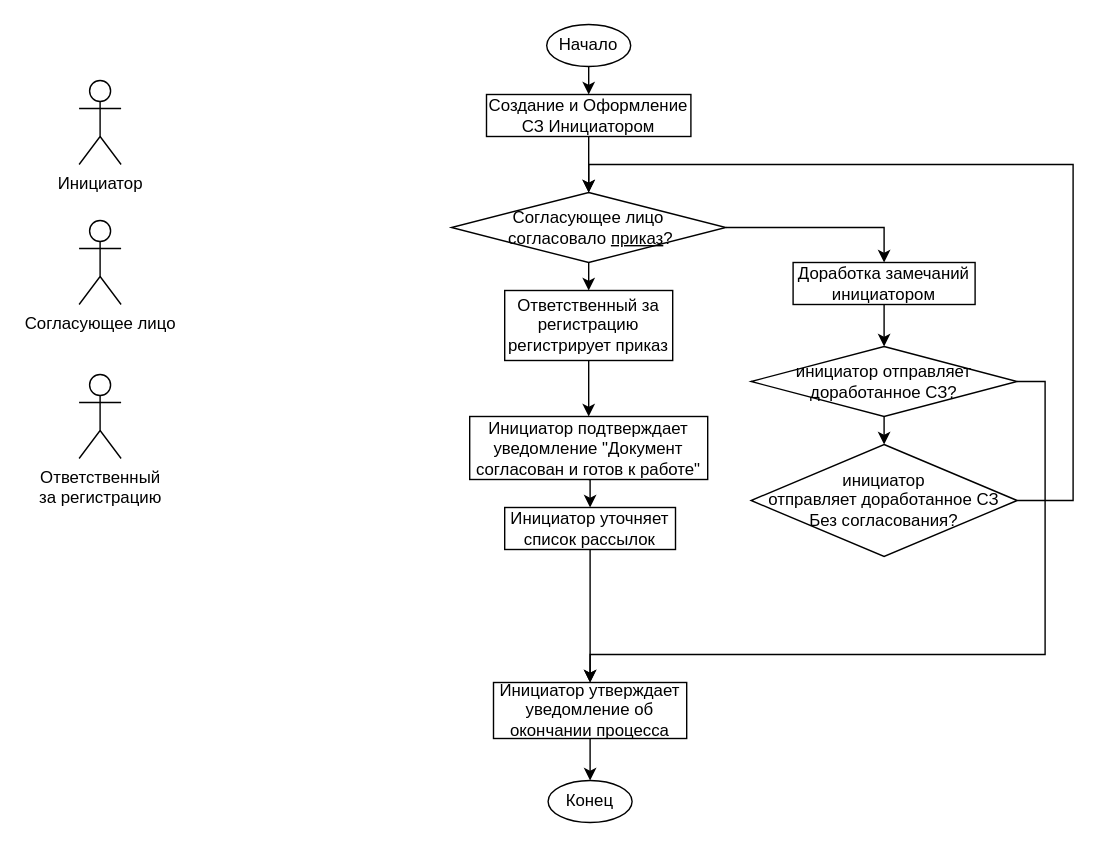
Above: Untitled Diagram.drawio in proklya/DiagramsForGlobalSystems (draw.io), before the change. Source tidied: cells renumbered, new cells numbered last; positions are measured from the earlier drawing's top-left corner, leaving out a move shared by most shapes. Both pictures are drawn from the tidied source at 140%, with x=0, y=0 at pixel (78, 24).
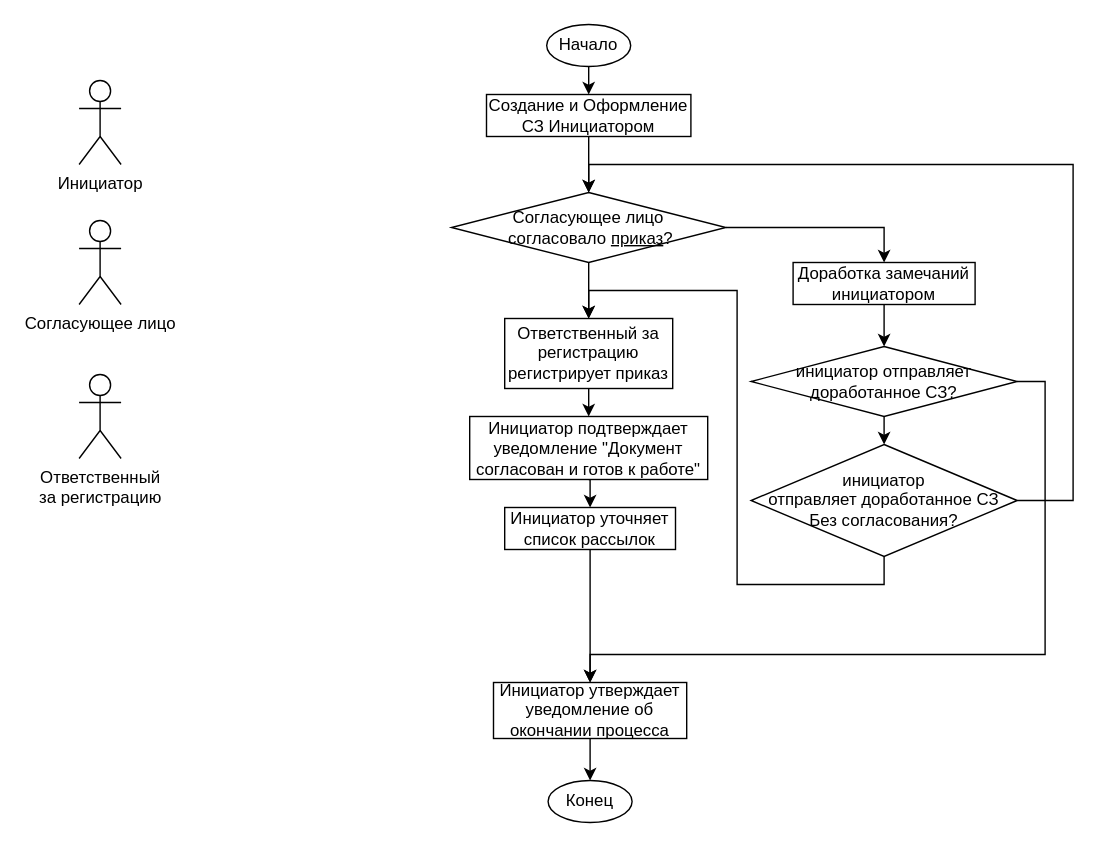
After the change.

The change refers to these unchanged cells:
```xml
<mxCell id="27" value="инициатор &lt;br&gt;отправляет доработанное СЗ &lt;br&gt;Без согласования?" style="rhombus;whiteSpace=wrap;html=1;" parent="1" vertex="1">
  <mxGeometry x="480" y="300" width="190" height="80" as="geometry" />
</mxCell>
```

The edit, as a diff of the source:
```diff
@@
     <mxCell id="20" value="&lt;span&gt;Ответственный за регистрацию регистрирует приказ&lt;/span&gt;" style="whiteSpace=wrap;html=1;" parent="1" vertex="1">
-      <mxGeometry x="304" y="190" width="120" height="50" as="geometry" />
+      <mxGeometry x="304" y="210" width="120" height="50" as="geometry" />
     </mxCell>
@@
+    <mxCell id="28" style="edgeStyle=orthogonalEdgeStyle;rounded=0;jettySize=auto;html=1;exitX=0.5;exitY=1;exitDx=0;exitDy=0;entryX=0.5;entryY=0;entryDx=0;entryDy=0;" parent="1" edge="1" source="27" target="20">
+      <mxGeometry relative="1" as="geometry">
+        <Array as="points">
+          <mxPoint x="575" y="400" />
+          <mxPoint x="470" y="400" />
+          <mxPoint x="470" y="190" />
+          <mxPoint x="364" y="190" />
+        </Array>
+      </mxGeometry>
+    </mxCell>
```
